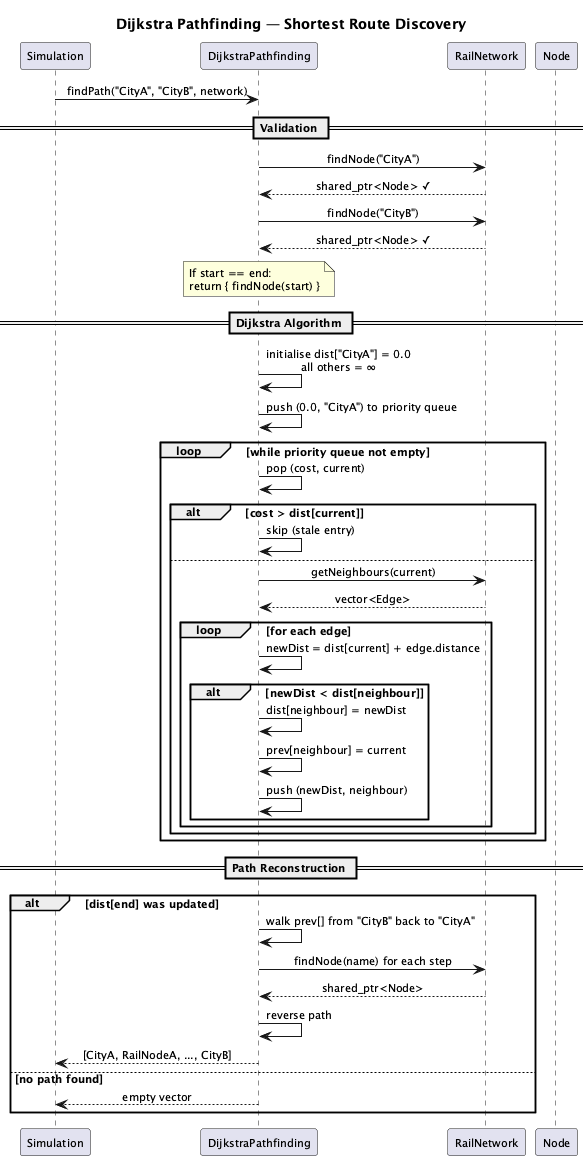
Before: docs/diagrams/sequence_pathfinding.png, a diagram exported from PlantUML (abaiao-r/Module_05_Train_yourself).
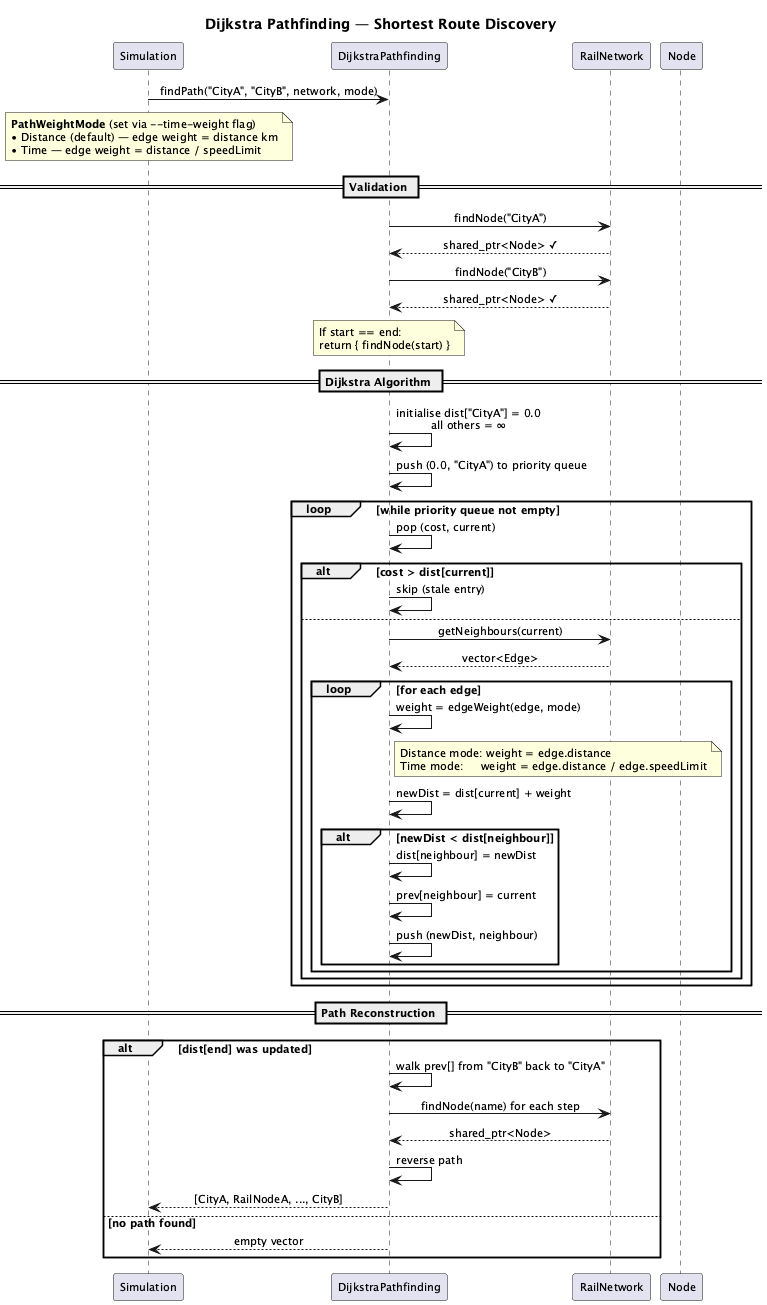
After the change.

Change to the diagram source:
```diff
@@ -11,7 +11,13 @@
 participant "RailNetwork" as Net
 participant "Node" as N
 
-Sim -> Dijk : findPath("CityA", "CityB", network)
+Sim -> Dijk : findPath("CityA", "CityB", network, mode)
+
+note over Sim
+    **PathWeightMode** (set via --time-weight flag)
+    • Distance (default) — edge weight = distance km
+    • Time — edge weight = distance / speedLimit
+end note
 
 == Validation ==
 Dijk -> Net : findNode("CityA")
@@ -36,7 +42,12 @@
         Dijk -> Net : getNeighbours(current)
         Net --> Dijk : vector<Edge>
         loop for each edge
-            Dijk -> Dijk : newDist = dist[current] + edge.distance
+            Dijk -> Dijk : weight = edgeWeight(edge, mode)
+            note right of Dijk
+                Distance mode: weight = edge.distance
+                Time mode:     weight = edge.distance / edge.speedLimit
+            end note
+            Dijk -> Dijk : newDist = dist[current] + weight
             alt newDist < dist[neighbour]
                 Dijk -> Dijk : dist[neighbour] = newDist
                 Dijk -> Dijk : prev[neighbour] = current
```
